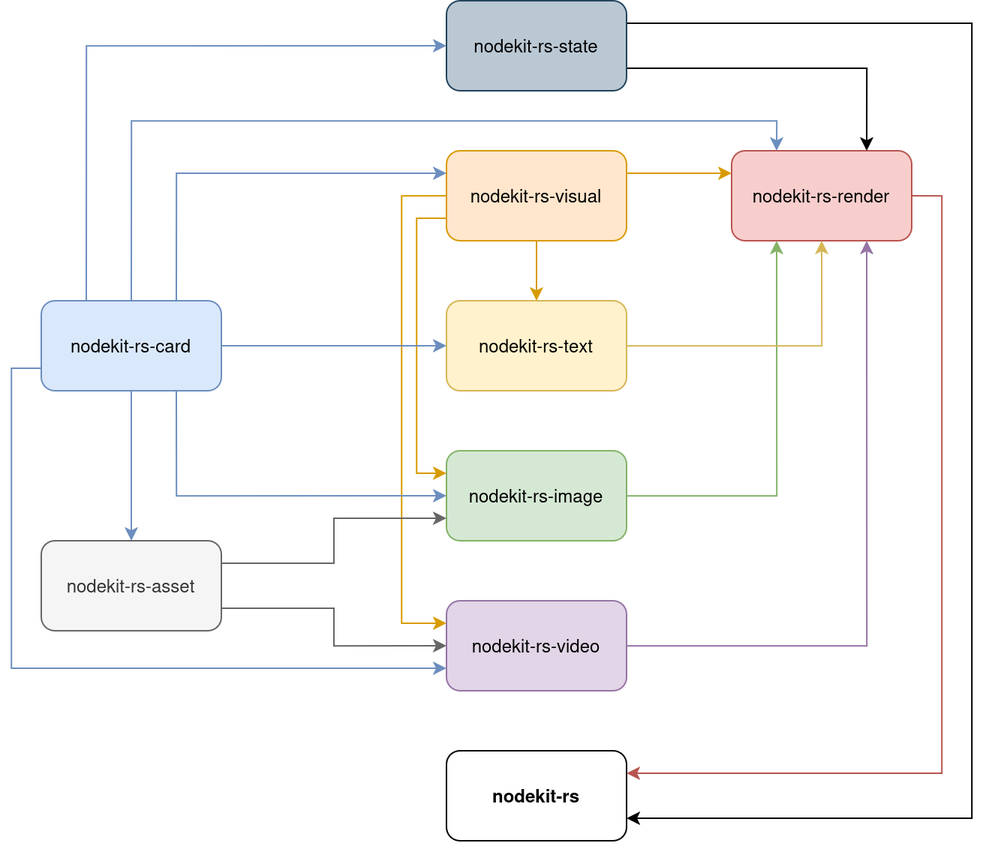
intelligence-observatory/nodekit keeps this draw.io diagram as nodekit-rs/images/nodekit-rs.png. Above is the earlier version. Source tidied: cells renumbered, new cells last; positions are measured from the earlier drawing's top-left corner, leaving out a move shared by most shapes.
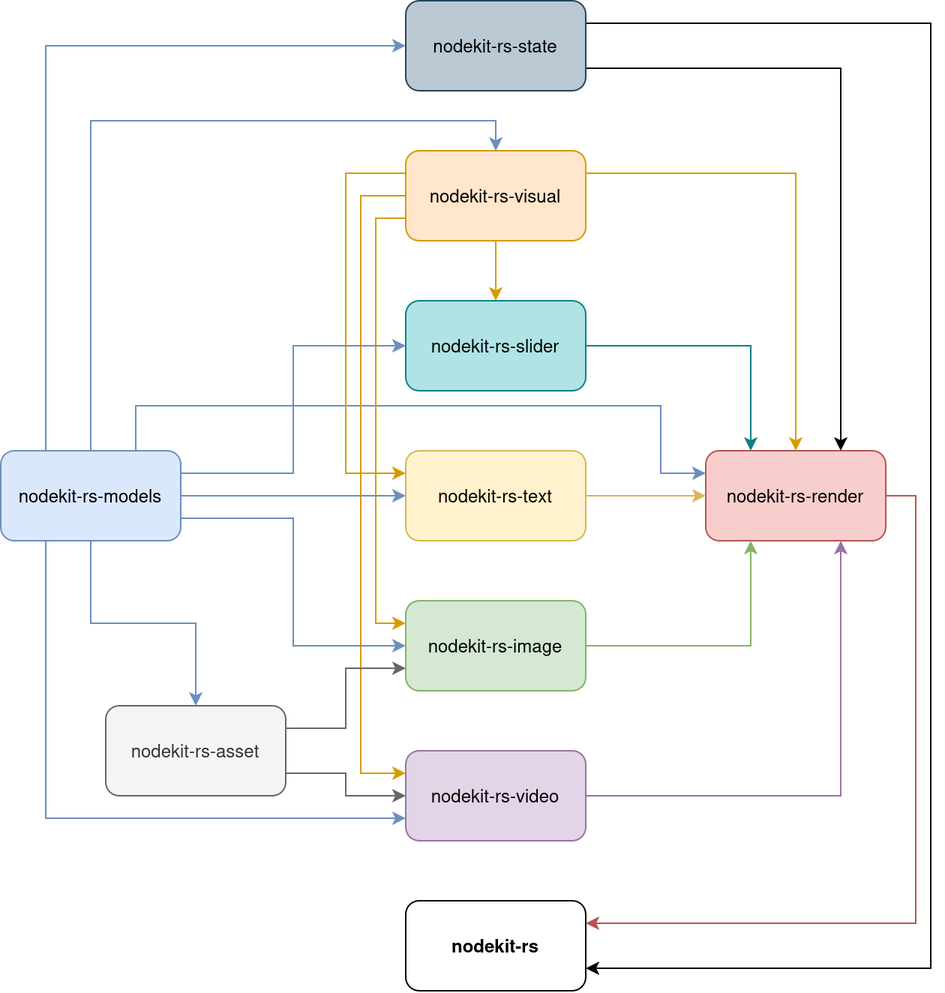
Later version of the same file.

Diff of the diagram source:
```diff
@@ -5,30 +5,32 @@
     <mxCell id="2" value="nodekit-rs" style="rounded=1;whiteSpace=wrap;html=1;fontStyle=1;" parent="1" vertex="1">
       <mxGeometry x="270" y="500" width="120" height="60" as="geometry" />
     </mxCell>
-    <mxCell id="3" style="edgeStyle=orthogonalEdgeStyle;rounded=0;jettySize=auto;html=1;entryX=0.25;entryY=0;entryDx=0;entryDy=0;fillColor=#dae8fc;strokeColor=#6c8ebf;exitX=0.5;exitY=0;exitDx=0;exitDy=0;" parent="1" edge="1" source="26" target="6">
+    <mxCell id="3" style="edgeStyle=orthogonalEdgeStyle;rounded=0;jettySize=auto;html=1;entryX=0;entryY=0.25;entryDx=0;entryDy=0;fillColor=#dae8fc;strokeColor=#6c8ebf;exitX=0.75;exitY=0;exitDx=0;exitDy=0;" parent="1" edge="1" source="26" target="6">
       <mxGeometry relative="1" as="geometry">
         <Array as="points">
-          <mxPoint x="60" y="80" />
-          <mxPoint x="490" y="80" />
+          <mxPoint x="90" y="170" />
+          <mxPoint x="440" y="170" />
+          <mxPoint x="440" y="215" />
         </Array>
       </mxGeometry>
     </mxCell>
-    <mxCell id="4" style="edgeStyle=orthogonalEdgeStyle;rounded=0;jettySize=auto;html=1;exitX=0.5;exitY=1;exitDx=0;exitDy=0;fillColor=#dae8fc;strokeColor=#6c8ebf;entryX=0.5;entryY=0;entryDx=0;entryDy=0;" parent="1" edge="1" source="26" target="20">
-      <mxGeometry relative="1" as="geometry" />
-    </mxCell>
     <mxCell id="5" style="edgeStyle=orthogonalEdgeStyle;rounded=0;jettySize=auto;html=1;exitX=1;exitY=0.5;exitDx=0;exitDy=0;entryX=1;entryY=0.25;entryDx=0;entryDy=0;fillColor=#f8cecc;strokeColor=#b85450;" parent="1" edge="1" source="6" target="2">
       <mxGeometry relative="1" as="geometry" />
     </mxCell>
     <mxCell id="6" value="nodekit-rs-render" style="rounded=1;whiteSpace=wrap;html=1;fillColor=#f8cecc;strokeColor=#b85450;" parent="1" vertex="1">
-      <mxGeometry x="460" y="100" width="120" height="60" as="geometry" />
+      <mxGeometry x="470" y="200" width="120" height="60" as="geometry" />
     </mxCell>
-    <mxCell id="7" style="edgeStyle=orthogonalEdgeStyle;rounded=0;jettySize=auto;html=1;entryX=0.25;entryY=1;entryDx=0;entryDy=0;fillColor=#d5e8d4;strokeColor=#82b366;" parent="1" edge="1" source="8" target="6">
-      <mxGeometry relative="1" as="geometry" />
+    <mxCell id="7" style="edgeStyle=orthogonalEdgeStyle;rounded=0;jettySize=auto;html=1;fillColor=#d5e8d4;strokeColor=#82b366;entryX=0.25;entryY=1;entryDx=0;entryDy=0;" parent="1" edge="1" source="8" target="6">
+      <mxGeometry relative="1" as="geometry">
+        <Array as="points">
+          <mxPoint x="500" y="330" />
+        </Array>
+      </mxGeometry>
     </mxCell>
     <mxCell id="8" value="nodekit-rs-image" style="rounded=1;whiteSpace=wrap;html=1;fillColor=#d5e8d4;strokeColor=#82b366;" parent="1" vertex="1">
       <mxGeometry x="270" y="300" width="120" height="60" as="geometry" />
     </mxCell>
-    <mxCell id="9" style="edgeStyle=orthogonalEdgeStyle;rounded=0;jettySize=auto;html=1;entryX=0.5;entryY=1;entryDx=0;entryDy=0;fillColor=#fff2cc;strokeColor=#d6b656;" parent="1" edge="1" source="10" target="6">
+    <mxCell id="9" style="edgeStyle=orthogonalEdgeStyle;rounded=0;jettySize=auto;html=1;exitX=1;exitY=0.5;exitDx=0;exitDy=0;entryX=0;entryY=0.5;entryDx=0;entryDy=0;fillColor=#fff2cc;strokeColor=#d6b656;" parent="1" edge="1" source="10" target="6">
       <mxGeometry relative="1" as="geometry" />
     </mxCell>
     <mxCell id="10" value="nodekit-rs-text" style="rounded=1;whiteSpace=wrap;html=1;fillColor=#fff2cc;strokeColor=#d6b656;" parent="1" vertex="1">
@@ -40,16 +42,21 @@
     <mxCell id="12" value="&lt;div&gt;nodekit-rs-video&lt;/div&gt;" style="rounded=1;whiteSpace=wrap;html=1;fillColor=#e1d5e7;strokeColor=#9673a6;" parent="1" vertex="1">
       <mxGeometry x="270" y="400" width="120" height="60" as="geometry" />
     </mxCell>
-    <mxCell id="13" style="edgeStyle=orthogonalEdgeStyle;rounded=0;jettySize=auto;html=1;exitX=1;exitY=0.25;exitDx=0;exitDy=0;entryX=0;entryY=0.25;entryDx=0;entryDy=0;fillColor=#ffe6cc;strokeColor=#d79b00;" parent="1" edge="1" source="17" target="6">
+    <mxCell id="13" style="edgeStyle=orthogonalEdgeStyle;rounded=0;jettySize=auto;html=1;exitX=1;exitY=0.25;exitDx=0;exitDy=0;entryX=0.5;entryY=0;entryDx=0;entryDy=0;fillColor=#ffe6cc;strokeColor=#d79b00;" parent="1" edge="1" source="17" target="6">
       <mxGeometry relative="1" as="geometry" />
     </mxCell>
-    <mxCell id="14" style="edgeStyle=orthogonalEdgeStyle;rounded=0;jettySize=auto;html=1;entryX=0.5;entryY=0;entryDx=0;entryDy=0;fillColor=#ffe6cc;strokeColor=#d79b00;" parent="1" edge="1" source="17" target="10">
-      <mxGeometry relative="1" as="geometry" />
+    <mxCell id="14" style="edgeStyle=orthogonalEdgeStyle;rounded=0;jettySize=auto;html=1;fillColor=#ffe6cc;strokeColor=#d79b00;exitX=0;exitY=0.25;exitDx=0;exitDy=0;entryX=0;entryY=0.25;entryDx=0;entryDy=0;" parent="1" edge="1" source="17" target="10">
+      <mxGeometry relative="1" as="geometry">
+        <Array as="points">
+          <mxPoint x="230" y="15" />
+          <mxPoint x="230" y="215" />
+        </Array>
+      </mxGeometry>
     </mxCell>
     <mxCell id="15" style="edgeStyle=orthogonalEdgeStyle;rounded=0;jettySize=auto;html=1;exitX=0;exitY=0.5;exitDx=0;exitDy=0;entryX=0;entryY=0.25;entryDx=0;entryDy=0;fillColor=#ffe6cc;strokeColor=#d79b00;" parent="1" edge="1" source="17" target="12">
       <mxGeometry relative="1" as="geometry">
         <Array as="points">
-          <mxPoint x="240" y="130" />
+          <mxPoint x="240" y="30" />
           <mxPoint x="240" y="415" />
         </Array>
       </mxGeometry>
@@ -57,34 +64,43 @@
     <mxCell id="16" style="edgeStyle=orthogonalEdgeStyle;rounded=0;jettySize=auto;html=1;exitX=0;exitY=0.75;exitDx=0;exitDy=0;entryX=0;entryY=0.25;entryDx=0;entryDy=0;fillColor=#ffe6cc;strokeColor=#d79b00;" parent="1" edge="1" source="17" target="8">
       <mxGeometry relative="1" as="geometry" />
     </mxCell>
+    <mxCell id="30" style="edgeStyle=orthogonalEdgeStyle;rounded=0;jettySize=auto;html=1;entryX=0.5;entryY=0;entryDx=0;entryDy=0;fillColor=#ffe6cc;strokeColor=#d79b00;" parent="1" edge="1" source="17" target="33">
+      <mxGeometry relative="1" as="geometry" />
+    </mxCell>
     <mxCell id="17" value="&lt;div&gt;nodekit-rs-visual&lt;/div&gt;" style="rounded=1;whiteSpace=wrap;html=1;fillColor=#ffe6cc;strokeColor=#d79b00;" parent="1" vertex="1">
-      <mxGeometry x="270" y="100" width="120" height="60" as="geometry" />
+      <mxGeometry x="270" width="120" height="60" as="geometry" />
     </mxCell>
+    <mxCell id="19" style="edgeStyle=orthogonalEdgeStyle;rounded=0;jettySize=auto;html=1;exitX=1;exitY=0.75;exitDx=0;exitDy=0;entryX=0;entryY=0.5;entryDx=0;entryDy=0;fillColor=#f5f5f5;strokeColor=#666666;" parent="1" edge="1" source="20" target="12">
+      <mxGeometry relative="1" as="geometry" />
+    </mxCell>
     <mxCell id="18" style="edgeStyle=orthogonalEdgeStyle;rounded=0;jettySize=auto;html=1;exitX=1;exitY=0.25;exitDx=0;exitDy=0;entryX=0;entryY=0.75;entryDx=0;entryDy=0;fillColor=#f5f5f5;strokeColor=#666666;" parent="1" edge="1" source="20" target="8">
       <mxGeometry relative="1" as="geometry" />
     </mxCell>
-    <mxCell id="19" style="edgeStyle=orthogonalEdgeStyle;rounded=0;jettySize=auto;html=1;exitX=1;exitY=0.75;exitDx=0;exitDy=0;entryX=0;entryY=0.5;entryDx=0;entryDy=0;fillColor=#f5f5f5;strokeColor=#666666;" parent="1" edge="1" source="20" target="12">
-      <mxGeometry relative="1" as="geometry" />
-    </mxCell>
     <mxCell id="20" value="nodekit-rs-asset" style="rounded=1;whiteSpace=wrap;html=1;fillColor=#f5f5f5;strokeColor=#666666;fontColor=#333333;" parent="1" vertex="1">
-      <mxGeometry y="360" width="120" height="60" as="geometry" />
+      <mxGeometry x="70" y="370" width="120" height="60" as="geometry" />
     </mxCell>
     <mxCell id="21" style="edgeStyle=orthogonalEdgeStyle;rounded=0;jettySize=auto;html=1;entryX=0;entryY=0.5;entryDx=0;entryDy=0;exitX=0.25;exitY=0;exitDx=0;exitDy=0;fillColor=#dae8fc;strokeColor=#6c8ebf;" parent="1" edge="1" source="26" target="29">
       <mxGeometry relative="1" as="geometry" />
     </mxCell>
-    <mxCell id="22" style="edgeStyle=orthogonalEdgeStyle;rounded=0;jettySize=auto;html=1;exitX=0.75;exitY=0;exitDx=0;exitDy=0;entryX=0;entryY=0.25;entryDx=0;entryDy=0;fillColor=#dae8fc;strokeColor=#6c8ebf;" parent="1" edge="1" source="26" target="17">
+    <mxCell id="22" style="edgeStyle=orthogonalEdgeStyle;rounded=0;jettySize=auto;html=1;exitX=0.5;exitY=0;exitDx=0;exitDy=0;entryX=0.5;entryY=0;entryDx=0;entryDy=0;fillColor=#dae8fc;strokeColor=#6c8ebf;" parent="1" edge="1" source="26" target="17">
       <mxGeometry relative="1" as="geometry" />
     </mxCell>
     <mxCell id="23" style="edgeStyle=orthogonalEdgeStyle;rounded=0;jettySize=auto;html=1;exitX=1;exitY=0.5;exitDx=0;exitDy=0;entryX=0;entryY=0.5;entryDx=0;entryDy=0;fillColor=#dae8fc;strokeColor=#6c8ebf;" parent="1" edge="1" source="26" target="10">
       <mxGeometry relative="1" as="geometry" />
     </mxCell>
+    <mxCell id="31" style="edgeStyle=orthogonalEdgeStyle;rounded=0;jettySize=auto;html=1;exitX=1;exitY=0.25;exitDx=0;exitDy=0;entryX=0;entryY=0.5;entryDx=0;entryDy=0;fillColor=#dae8fc;strokeColor=#6c8ebf;" parent="1" edge="1" source="26" target="33">
+      <mxGeometry relative="1" as="geometry" />
+    </mxCell>
-    <mxCell id="24" style="edgeStyle=orthogonalEdgeStyle;rounded=0;jettySize=auto;html=1;exitX=0.75;exitY=1;exitDx=0;exitDy=0;entryX=0;entryY=0.5;entryDx=0;entryDy=0;fillColor=#dae8fc;strokeColor=#6c8ebf;" parent="1" edge="1" source="26" target="8">
+    <mxCell id="24" style="edgeStyle=orthogonalEdgeStyle;rounded=0;jettySize=auto;html=1;exitX=1;exitY=0.75;exitDx=0;exitDy=0;entryX=0;entryY=0.5;entryDx=0;entryDy=0;fillColor=#dae8fc;strokeColor=#6c8ebf;" parent="1" edge="1" source="26" target="8">
       <mxGeometry relative="1" as="geometry" />
     </mxCell>
+    <mxCell id="4" style="edgeStyle=orthogonalEdgeStyle;rounded=0;jettySize=auto;html=1;exitX=0.5;exitY=1;exitDx=0;exitDy=0;entryX=0.5;entryY=0;entryDx=0;entryDy=0;fillColor=#dae8fc;strokeColor=#6c8ebf;" parent="1" edge="1" source="26" target="20">
+      <mxGeometry relative="1" as="geometry" />
+    </mxCell>
-    <mxCell id="25" style="edgeStyle=orthogonalEdgeStyle;rounded=0;jettySize=auto;html=1;exitX=0;exitY=0.75;exitDx=0;exitDy=0;entryX=0;entryY=0.75;entryDx=0;entryDy=0;fillColor=#dae8fc;strokeColor=#6c8ebf;" parent="1" edge="1" source="26" target="12">
+    <mxCell id="25" style="edgeStyle=orthogonalEdgeStyle;rounded=0;jettySize=auto;html=1;exitX=0.25;exitY=1;exitDx=0;exitDy=0;entryX=0;entryY=0.75;entryDx=0;entryDy=0;fillColor=#dae8fc;strokeColor=#6c8ebf;" parent="1" edge="1" source="26" target="12">
       <mxGeometry relative="1" as="geometry" />
     </mxCell>
-    <mxCell id="26" value="nodekit-rs-card" style="rounded=1;whiteSpace=wrap;html=1;fillColor=#dae8fc;strokeColor=#6c8ebf;" parent="1" vertex="1">
+    <mxCell id="26" value="nodekit-rs-models" style="rounded=1;whiteSpace=wrap;html=1;fillColor=#dae8fc;strokeColor=#6c8ebf;" parent="1" vertex="1">
       <mxGeometry y="200" width="120" height="60" as="geometry" />
     </mxCell>
     <mxCell id="27" style="edgeStyle=orthogonalEdgeStyle;rounded=0;jettySize=auto;html=1;entryX=0.75;entryY=0;entryDx=0;entryDy=0;exitX=1;exitY=0.75;exitDx=0;exitDy=0;" parent="1" edge="1" source="29" target="6">
@@ -93,13 +109,19 @@
     <mxCell id="28" style="edgeStyle=orthogonalEdgeStyle;rounded=0;jettySize=auto;html=1;exitX=1;exitY=0.25;exitDx=0;exitDy=0;entryX=1;entryY=0.75;entryDx=0;entryDy=0;" parent="1" edge="1" source="29" target="2">
       <mxGeometry relative="1" as="geometry">
         <Array as="points">
-          <mxPoint x="620" y="15" />
+          <mxPoint x="620" y="-85" />
           <mxPoint x="620" y="545" />
         </Array>
       </mxGeometry>
     </mxCell>
     <mxCell id="29" value="nodekit-rs-state" style="rounded=1;whiteSpace=wrap;html=1;fillColor=#bac8d3;strokeColor=#23445d;" parent="1" vertex="1">
-      <mxGeometry x="270" width="120" height="60" as="geometry" />
+      <mxGeometry x="270" y="-100" width="120" height="60" as="geometry" />
     </mxCell>
+    <mxCell id="32" style="edgeStyle=orthogonalEdgeStyle;rounded=0;jettySize=auto;html=1;exitX=1;exitY=0.5;exitDx=0;exitDy=0;fillColor=#b0e3e6;strokeColor=#0e8088;entryX=0.25;entryY=0;entryDx=0;entryDy=0;" parent="1" edge="1" source="33" target="6">
+      <mxGeometry relative="1" as="geometry" />
+    </mxCell>
+    <mxCell id="33" value="nodekit-rs-slider" style="rounded=1;whiteSpace=wrap;html=1;fillColor=#b0e3e6;strokeColor=#0e8088;" parent="1" vertex="1">
+      <mxGeometry x="270" y="100" width="120" height="60" as="geometry" />
+    </mxCell>
   </root>
 </mxGraphModel>
```
